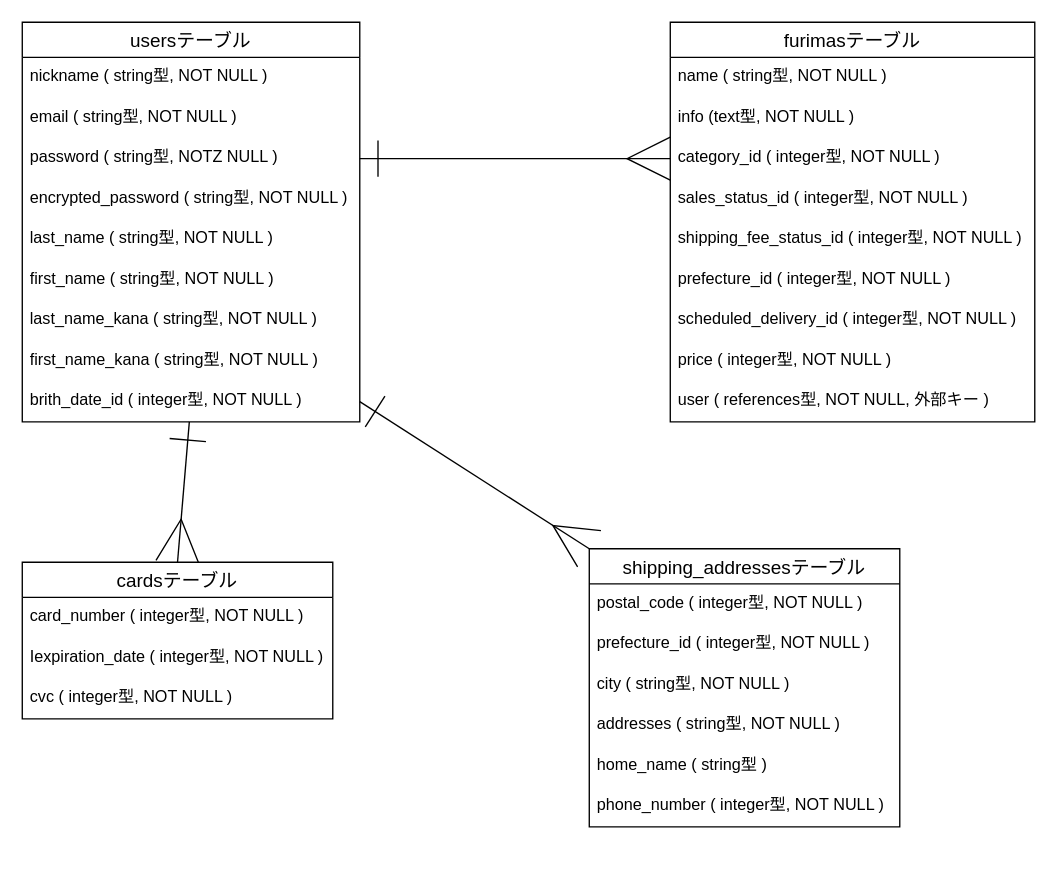
Earlier version of the draw.io diagram furima.dio (iba369963/furima-40003). Source tidied: cells renumbered, new cells numbered last; positions are measured from the earlier drawing's top-left corner, leaving out a move shared by most shapes. Both pictures are drawn from the tidied source at 135%, with x=0, y=0 at pixel (22, 22).
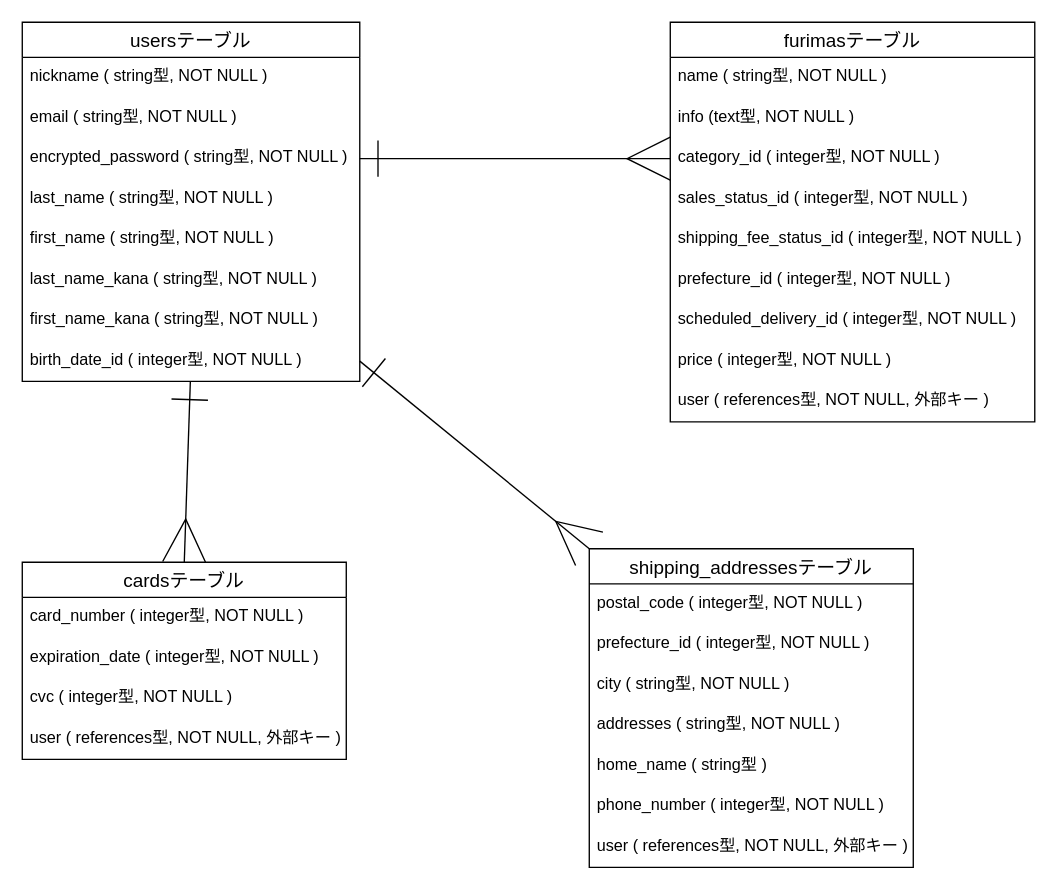
After the change.

Commit message (it also covers changes not shown here):
データベースの設計2

The change refers to these unchanged cells:
```xml
<mxCell id="15" value="category_id ( integer型, NOT NULL )" style="text;strokeColor=none;fillColor=none;spacingLeft=4;spacingRight=4;overflow=hidden;points=[[0,0.5],[1,0.5]];portConstraint=eastwest;fontSize=12;" parent="12" vertex="1">
  <mxGeometry y="86" width="270" height="30" as="geometry" />
</mxCell>
```

The edit, as a diff of the source:
```diff
@@
     <mxCell id="2" value="usersテーブル" style="swimlane;fontStyle=0;horizontal=1;startSize=26;align=center;fontSize=14;" parent="1" vertex="1">
-      <mxGeometry width="250" height="296" as="geometry" />
+      <mxGeometry width="250" height="266" as="geometry" />
     </mxCell>
@@
-    <mxCell id="5" value="password ( string型, NOTZ NULL )" style="text;strokeColor=none;fillColor=none;spacingLeft=4;spacingRight=4;overflow=hidden;points=[[0,0.5],[1,0.5]];portConstraint=eastwest;fontSize=12;" parent="2" vertex="1">
-      <mxGeometry y="86" width="250" height="30" as="geometry" />
-    </mxCell>
     <mxCell id="6" value="encrypted_password ( string型, NOT NULL )" style="text;strokeColor=none;fillColor=none;spacingLeft=4;spacingRight=4;overflow=hidden;fontSize=12;" parent="2" vertex="1">
-      <mxGeometry y="116" width="250" height="30" as="geometry" />
+      <mxGeometry y="86" width="250" height="30" as="geometry" />
     </mxCell>
     <mxCell id="7" value="last_name ( string型, NOT NULL )" style="text;strokeColor=none;fillColor=none;spacingLeft=4;spacingRight=4;overflow=hidden;fontSize=12;" parent="2" vertex="1">
-      <mxGeometry y="146" width="250" height="30" as="geometry" />
+      <mxGeometry y="116" width="250" height="30" as="geometry" />
     </mxCell>
     <mxCell id="8" value="first_name ( string型, NOT NULL )" style="text;strokeColor=none;fillColor=none;spacingLeft=4;spacingRight=4;overflow=hidden;fontSize=12;" parent="2" vertex="1">
-      <mxGeometry y="176" width="250" height="30" as="geometry" />
+      <mxGeometry y="146" width="250" height="30" as="geometry" />
     </mxCell>
     <mxCell id="9" value="last_name_kana ( string型, NOT NULL )" style="text;strokeColor=none;fillColor=none;spacingLeft=4;spacingRight=4;overflow=hidden;fontSize=12;" parent="2" vertex="1">
-      <mxGeometry y="206" width="250" height="30" as="geometry" />
+      <mxGeometry y="176" width="250" height="30" as="geometry" />
     </mxCell>
     <mxCell id="10" value="first_name_kana ( string型, NOT NULL )" style="text;strokeColor=none;fillColor=none;spacingLeft=4;spacingRight=4;overflow=hidden;fontSize=12;" parent="2" vertex="1">
-      <mxGeometry y="236" width="250" height="30" as="geometry" />
+      <mxGeometry y="206" width="250" height="30" as="geometry" />
     </mxCell>
-    <mxCell id="11" value="brith_date_id ( integer型, NOT NULL )" style="text;strokeColor=none;fillColor=none;spacingLeft=4;spacingRight=4;overflow=hidden;points=[[0,0.5],[1,0.5]];portConstraint=eastwest;fontSize=12;" parent="2" vertex="1">
-      <mxGeometry y="266" width="250" height="30" as="geometry" />
+    <mxCell id="11" value="birth_date_id ( integer型, NOT NULL )" style="text;strokeColor=none;fillColor=none;spacingLeft=4;spacingRight=4;overflow=hidden;points=[[0,0.5],[1,0.5]];portConstraint=eastwest;fontSize=12;" parent="2" vertex="1">
+      <mxGeometry y="236" width="250" height="30" as="geometry" />
     </mxCell>
@@
     <mxCell id="23" value="cardsテーブル" style="swimlane;fontStyle=0;horizontal=1;startSize=26;align=center;fontSize=14;" parent="1" vertex="1">
-      <mxGeometry y="400" width="230" height="116" as="geometry" />
+      <mxGeometry y="400" width="240" height="146" as="geometry" />
     </mxCell>
     <mxCell id="24" value="card_number ( integer型, NOT NULL )" style="text;strokeColor=none;fillColor=none;spacingLeft=4;spacingRight=4;overflow=hidden;fontSize=12;" parent="23" vertex="1">
-      <mxGeometry y="26" width="230" height="30" as="geometry" />
+      <mxGeometry y="26" width="240" height="30" as="geometry" />
     </mxCell>
-    <mxCell id="25" value="Iexpiration_date ( integer型, NOT NULL )" style="text;strokeColor=none;fillColor=none;spacingLeft=4;spacingRight=4;overflow=hidden;fontSize=12;" parent="23" vertex="1">
-      <mxGeometry y="56" width="230" height="30" as="geometry" />
+    <mxCell id="25" value="expiration_date ( integer型, NOT NULL )" style="text;strokeColor=none;fillColor=none;spacingLeft=4;spacingRight=4;overflow=hidden;fontSize=12;" parent="23" vertex="1">
+      <mxGeometry y="56" width="240" height="30" as="geometry" />
     </mxCell>
     <mxCell id="26" value="cvc ( integer型, NOT NULL )" style="text;strokeColor=none;fillColor=none;spacingLeft=4;spacingRight=4;overflow=hidden;fontSize=12;" parent="23" vertex="1">
-      <mxGeometry y="86" width="230" height="30" as="geometry" />
+      <mxGeometry y="86" width="240" height="30" as="geometry" />
     </mxCell>
+    <mxCell id="36" value="user ( references型, NOT NULL, 外部キー )" style="text;strokeColor=none;fillColor=none;spacingLeft=4;spacingRight=4;overflow=hidden;fontSize=12;" parent="23" vertex="1">
+      <mxGeometry y="116" width="240" height="30" as="geometry" />
+    </mxCell>
@@
     <mxCell id="28" value="shipping_addressesテーブル" style="swimlane;fontStyle=0;horizontal=1;startSize=26;align=center;fontSize=14;" parent="1" vertex="1">
-      <mxGeometry x="420" y="390" width="230" height="206" as="geometry" />
+      <mxGeometry x="420" y="390" width="240" height="236" as="geometry" />
     </mxCell>
     <mxCell id="29" value="postal_code ( integer型, NOT NULL )" style="text;strokeColor=none;fillColor=none;spacingLeft=4;spacingRight=4;overflow=hidden;fontSize=12;" parent="28" vertex="1">
-      <mxGeometry y="26" width="230" height="30" as="geometry" />
+      <mxGeometry y="26" width="240" height="30" as="geometry" />
     </mxCell>
     <mxCell id="30" value="prefecture_id ( integer型, NOT NULL )" style="text;strokeColor=none;fillColor=none;spacingLeft=4;spacingRight=4;overflow=hidden;fontSize=12;" parent="28" vertex="1">
-      <mxGeometry y="56" width="230" height="30" as="geometry" />
+      <mxGeometry y="56" width="240" height="30" as="geometry" />
     </mxCell>
     <mxCell id="31" value="city ( string型, NOT NULL )" style="text;strokeColor=none;fillColor=none;spacingLeft=4;spacingRight=4;overflow=hidden;fontSize=12;" parent="28" vertex="1">
-      <mxGeometry y="86" width="230" height="30" as="geometry" />
+      <mxGeometry y="86" width="240" height="30" as="geometry" />
     </mxCell>
     <mxCell id="32" value="addresses ( string型, NOT NULL )" style="text;strokeColor=none;fillColor=none;spacingLeft=4;spacingRight=4;overflow=hidden;fontSize=12;" parent="28" vertex="1">
-      <mxGeometry y="116" width="230" height="30" as="geometry" />
+      <mxGeometry y="116" width="240" height="30" as="geometry" />
     </mxCell>
     <mxCell id="33" value="home_name ( string型 )" style="text;strokeColor=none;fillColor=none;spacingLeft=4;spacingRight=4;overflow=hidden;fontSize=12;" parent="28" vertex="1">
-      <mxGeometry y="146" width="230" height="30" as="geometry" />
+      <mxGeometry y="146" width="240" height="30" as="geometry" />
     </mxCell>
     <mxCell id="34" value="phone_number ( integer型, NOT NULL )" style="text;strokeColor=none;fillColor=none;spacingLeft=4;spacingRight=4;overflow=hidden;fontSize=12;" parent="28" vertex="1">
-      <mxGeometry y="176" width="230" height="30" as="geometry" />
+      <mxGeometry y="176" width="240" height="30" as="geometry" />
     </mxCell>
+    <mxCell id="37" value="user ( references型, NOT NULL, 外部キー )" style="text;strokeColor=none;fillColor=none;spacingLeft=4;spacingRight=4;overflow=hidden;fontSize=12;" parent="28" vertex="1">
+      <mxGeometry y="206" width="240" height="30" as="geometry" />
+    </mxCell>
-    <mxCell id="35" style="edgeStyle=none;jumpSize=6;html=1;exitX=0;exitY=0.5;exitDx=0;exitDy=0;entryX=1;entryY=0.5;entryDx=0;entryDy=0;startArrow=ERmany;startFill=0;endArrow=ERone;endFill=0;startSize=30;endSize=25;" parent="1" edge="1" source="15" target="5">
-      <mxGeometry relative="1" as="geometry" />
+    <mxCell id="35" style="edgeStyle=none;jumpSize=6;html=1;exitX=0;exitY=0.5;exitDx=0;exitDy=0;entryX=1;entryY=0.5;entryDx=0;entryDy=0;startArrow=ERmany;startFill=0;endArrow=ERone;endFill=0;startSize=30;endSize=25;" parent="1" edge="1" source="15">
+      <mxGeometry relative="1" as="geometry">
+        <mxPoint x="250" y="101" as="targetPoint" />
+      </mxGeometry>
     </mxCell>
```
